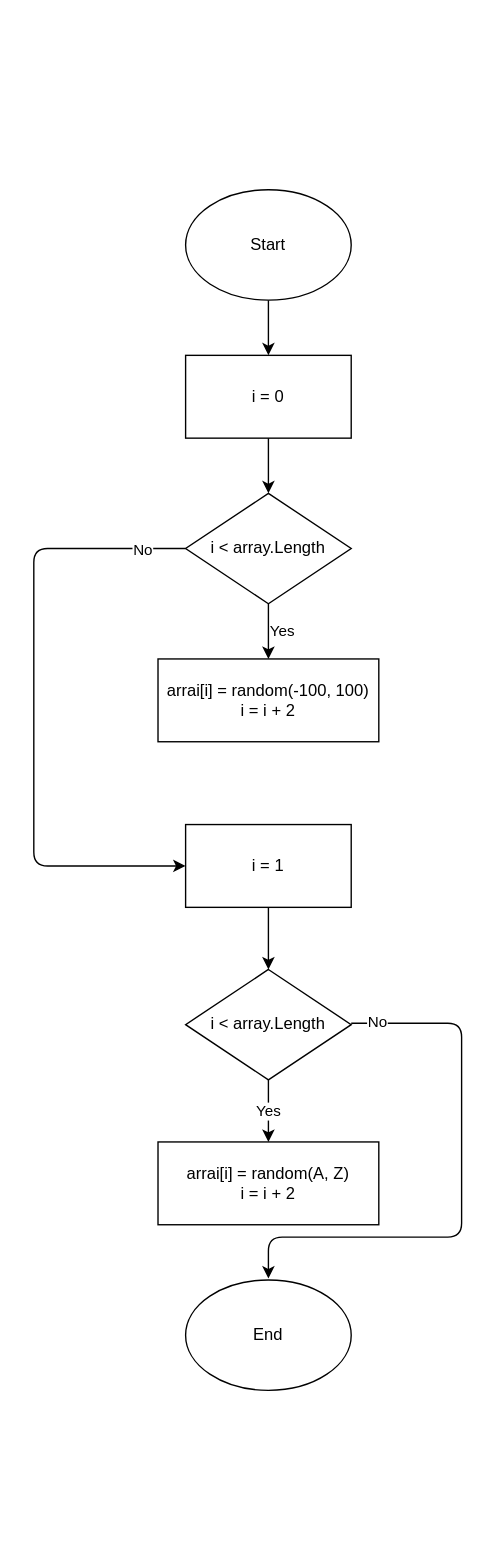
RumyancevaOlga/Final_verification_test keeps this draw.io diagram as page "FillStringArray method" (2 of 4) of Block_diagram.drawio. Above is the earlier version. Source tidied: cells renumbered, new cells numbered last; positions are measured from the earlier drawing's top-left corner, leaving out a move shared by most shapes. Both pictures are drawn from the tidied source at 138%, with x=0, y=0 at pixel (33, 189).
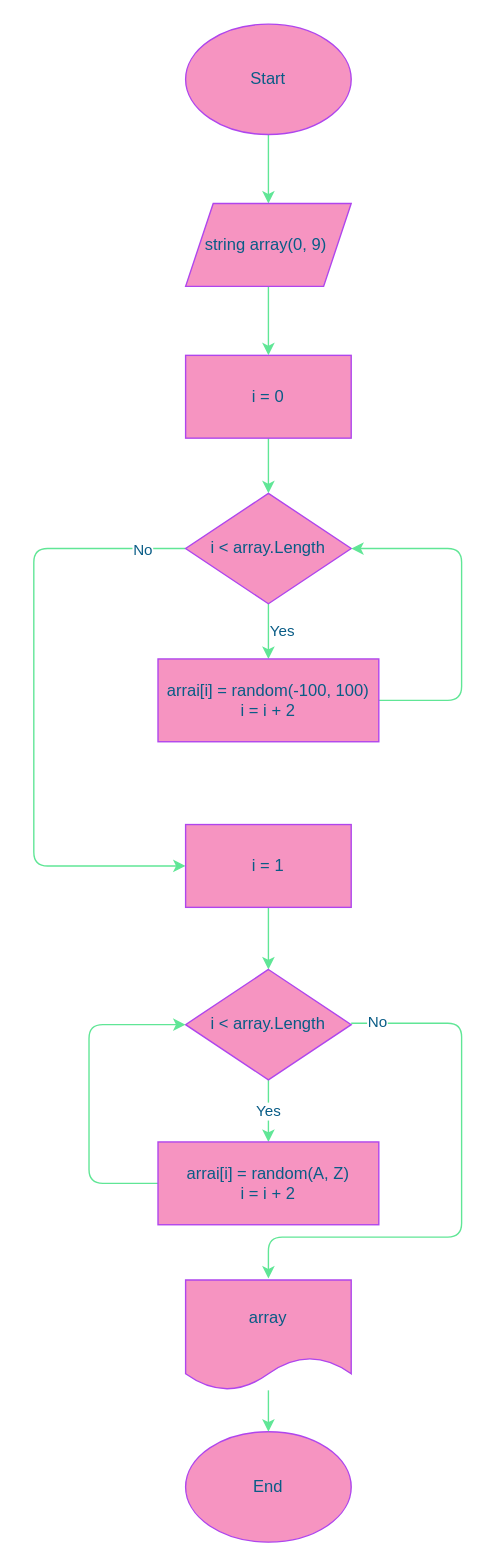
The same page after the edit.

The edit, as a diff of the source:
```diff
@@
-    <mxCell id="2" style="edgeStyle=none;html=1;" parent="1" edge="1" source="3" target="5">
+    <mxCell id="2" style="edgeStyle=none;html=1;entryX=0.5;entryY=0;entryDx=0;entryDy=0;strokeColor=#60E696;fontColor=#095C86;" parent="1" edge="1" source="3" target="22">
       <mxGeometry relative="1" as="geometry" />
     </mxCell>
-    <mxCell id="3" value="Start" style="ellipse;whiteSpace=wrap;html=1;" parent="1" vertex="1">
-      <mxGeometry x="110" width="120" height="80" as="geometry" />
+    <mxCell id="3" value="Start" style="ellipse;whiteSpace=wrap;html=1;fillColor=#F694C1;strokeColor=#AF45ED;fontColor=#095C86;" parent="1" vertex="1">
+      <mxGeometry x="110" y="-120" width="120" height="80" as="geometry" />
     </mxCell>
-    <mxCell id="4" style="edgeStyle=none;html=1;" parent="1" edge="1" source="5" target="9">
+    <mxCell id="4" style="edgeStyle=none;html=1;strokeColor=#60E696;fontColor=#095C86;" parent="1" edge="1" source="5" target="9">
       <mxGeometry relative="1" as="geometry" />
     </mxCell>
-    <mxCell id="5" value="i = 0" style="rounded=0;whiteSpace=wrap;html=1;" parent="1" vertex="1">
+    <mxCell id="5" value="i = 0" style="rounded=0;whiteSpace=wrap;html=1;fillColor=#F694C1;strokeColor=#AF45ED;fontColor=#095C86;" parent="1" vertex="1">
       <mxGeometry x="110" y="120" width="120" height="60" as="geometry" />
     </mxCell>
-    <mxCell id="6" value="Yes" style="edgeStyle=none;html=1;" parent="1" edge="1" source="9" target="10">
+    <mxCell id="6" value="Yes" style="edgeStyle=none;html=1;strokeColor=#60E696;fontColor=#095C86;" parent="1" edge="1" source="9" target="10">
       <mxGeometry y="10" relative="1" as="geometry" />
     </mxCell>
-    <mxCell id="7" style="edgeStyle=none;html=1;entryX=0;entryY=0.5;entryDx=0;entryDy=0;" parent="1" edge="1" source="9" target="12">
+    <mxCell id="7" style="edgeStyle=none;html=1;entryX=0;entryY=0.5;entryDx=0;entryDy=0;strokeColor=#60E696;fontColor=#095C86;" parent="1" edge="1" source="9" target="12">
       <mxGeometry relative="1" as="geometry">
         <Array as="points">
           <mxPoint y="260" />
           <mxPoint y="490" />
         </Array>
       </mxGeometry>
     </mxCell>
-    <mxCell id="8" value="No" style="edgeLabel;html=1;align=center;verticalAlign=middle;" parent="7" vertex="1">
+    <mxCell id="8" value="No" style="edgeLabel;html=1;align=center;verticalAlign=middle;fontColor=#095C86;" parent="7" vertex="1">
       <mxGeometry x="-0.86" relative="1" as="geometry" />
     </mxCell>
-    <mxCell id="9" value="i &amp;lt; array.Length" style="rhombus;whiteSpace=wrap;html=1;" parent="1" vertex="1">
+    <mxCell id="9" value="i &amp;lt; array.Length" style="rhombus;whiteSpace=wrap;html=1;fillColor=#F694C1;strokeColor=#AF45ED;fontColor=#095C86;" parent="1" vertex="1">
       <mxGeometry x="110" y="220" width="120" height="80" as="geometry" />
     </mxCell>
+    <mxCell id="19" style="edgeStyle=none;html=1;entryX=1;entryY=0.5;entryDx=0;entryDy=0;exitX=1;exitY=0.5;exitDx=0;exitDy=0;strokeColor=#60E696;fontColor=#095C86;" parent="1" edge="1" source="10" target="9">
+      <mxGeometry relative="1" as="geometry">
+        <Array as="points">
+          <mxPoint x="310" y="370" />
+          <mxPoint x="310" y="260" />
+        </Array>
+      </mxGeometry>
+    </mxCell>
-    <mxCell id="10" value="arrai[i] = random(-100, 100)&lt;br&gt;i = i + 2" style="rounded=0;whiteSpace=wrap;html=1;" parent="1" vertex="1">
+    <mxCell id="10" value="arrai[i] = random(-100, 100)&lt;br&gt;i = i + 2" style="rounded=0;whiteSpace=wrap;html=1;fillColor=#F694C1;strokeColor=#AF45ED;fontColor=#095C86;" parent="1" vertex="1">
       <mxGeometry x="90" y="340" width="160" height="60" as="geometry" />
     </mxCell>
-    <mxCell id="11" style="edgeStyle=none;html=1;" parent="1" edge="1" source="12" target="16">
+    <mxCell id="11" style="edgeStyle=none;html=1;strokeColor=#60E696;fontColor=#095C86;" parent="1" edge="1" source="12" target="16">
       <mxGeometry relative="1" as="geometry" />
     </mxCell>
-    <mxCell id="12" value="i = 1" style="rounded=0;whiteSpace=wrap;html=1;" parent="1" vertex="1">
+    <mxCell id="12" value="i = 1" style="rounded=0;whiteSpace=wrap;html=1;fillColor=#F694C1;strokeColor=#AF45ED;fontColor=#095C86;" parent="1" vertex="1">
       <mxGeometry x="110" y="460" width="120" height="60" as="geometry" />
     </mxCell>
-    <mxCell id="13" value="Yes" style="edgeStyle=none;html=1;" parent="1" edge="1" source="16" target="17">
+    <mxCell id="13" value="Yes" style="edgeStyle=none;html=1;strokeColor=#60E696;fontColor=#095C86;" parent="1" edge="1" source="16" target="17">
       <mxGeometry relative="1" as="geometry" />
     </mxCell>
-    <mxCell id="14" style="edgeStyle=none;html=1;entryX=0.5;entryY=0;entryDx=0;entryDy=0;" parent="1" edge="1">
+    <mxCell id="14" style="edgeStyle=none;html=1;entryX=0.5;entryY=0;entryDx=0;entryDy=0;strokeColor=#60E696;fontColor=#095C86;" parent="1" edge="1">
       <mxGeometry relative="1" as="geometry">
         <mxPoint x="230" y="604" as="sourcePoint" />
         <mxPoint x="170" y="789" as="targetPoint" />
         <Array as="points">
           <mxPoint x="310" y="604" />
           <mxPoint x="310" y="759" />
           <mxPoint x="240" y="759" />
           <mxPoint x="170" y="759" />
         </Array>
       </mxGeometry>
     </mxCell>
-    <mxCell id="15" value="No" style="edgeLabel;html=1;align=center;verticalAlign=middle;" parent="14" vertex="1">
+    <mxCell id="15" value="No" style="edgeLabel;html=1;align=center;verticalAlign=middle;fontColor=#095C86;" parent="14" vertex="1">
       <mxGeometry x="-0.91" y="2" relative="1" as="geometry" />
     </mxCell>
-    <mxCell id="16" value="i &amp;lt; array.Length" style="rhombus;whiteSpace=wrap;html=1;" parent="1" vertex="1">
+    <mxCell id="16" value="i &amp;lt; array.Length" style="rhombus;whiteSpace=wrap;html=1;fillColor=#F694C1;strokeColor=#AF45ED;fontColor=#095C86;" parent="1" vertex="1">
       <mxGeometry x="110" y="565" width="120" height="80" as="geometry" />
     </mxCell>
+    <mxCell id="20" style="edgeStyle=none;html=1;entryX=0;entryY=0.5;entryDx=0;entryDy=0;strokeColor=#60E696;fontColor=#095C86;" parent="1" edge="1" source="17" target="16">
+      <mxGeometry relative="1" as="geometry">
+        <Array as="points">
+          <mxPoint x="40" y="720" />
+          <mxPoint x="40" y="605" />
+        </Array>
+      </mxGeometry>
+    </mxCell>
-    <mxCell id="17" value="arrai[i] = random(A, Z)&lt;br&gt;i = i + 2" style="rounded=0;whiteSpace=wrap;html=1;" parent="1" vertex="1">
+    <mxCell id="17" value="arrai[i] = random(A, Z)&lt;br&gt;i = i + 2" style="rounded=0;whiteSpace=wrap;html=1;fillColor=#F694C1;strokeColor=#AF45ED;fontColor=#095C86;" parent="1" vertex="1">
       <mxGeometry x="90" y="690" width="160" height="60" as="geometry" />
     </mxCell>
-    <mxCell id="18" value="End" style="ellipse;whiteSpace=wrap;html=1;" parent="1" vertex="1">
-      <mxGeometry x="110" y="790" width="120" height="80" as="geometry" />
+    <mxCell id="18" value="End" style="ellipse;whiteSpace=wrap;html=1;fillColor=#F694C1;strokeColor=#AF45ED;fontColor=#095C86;" parent="1" vertex="1">
+      <mxGeometry x="110" y="900" width="120" height="80" as="geometry" />
     </mxCell>
+    <mxCell id="21" style="edgeStyle=none;html=1;strokeColor=#60E696;fontColor=#095C86;" parent="1" edge="1" source="22" target="5">
+      <mxGeometry relative="1" as="geometry" />
+    </mxCell>
+    <mxCell id="22" value="string array(0, 9)&amp;nbsp;" style="shape=parallelogram;perimeter=parallelogramPerimeter;whiteSpace=wrap;html=1;fixedSize=1;fillColor=#F694C1;strokeColor=#AF45ED;fontColor=#095C86;" parent="1" vertex="1">
+      <mxGeometry x="110" y="10" width="120" height="60" as="geometry" />
+    </mxCell>
+    <mxCell id="23" style="edgeStyle=none;html=1;strokeColor=#60E696;fontColor=#095C86;" parent="1" edge="1" source="24" target="18">
+      <mxGeometry relative="1" as="geometry" />
+    </mxCell>
+    <mxCell id="24" value="array" style="shape=document;whiteSpace=wrap;html=1;boundedLbl=1;fillColor=#F694C1;strokeColor=#AF45ED;fontColor=#095C86;" parent="1" vertex="1">
+      <mxGeometry x="110" y="790" width="120" height="80" as="geometry" />
+    </mxCell>
```
